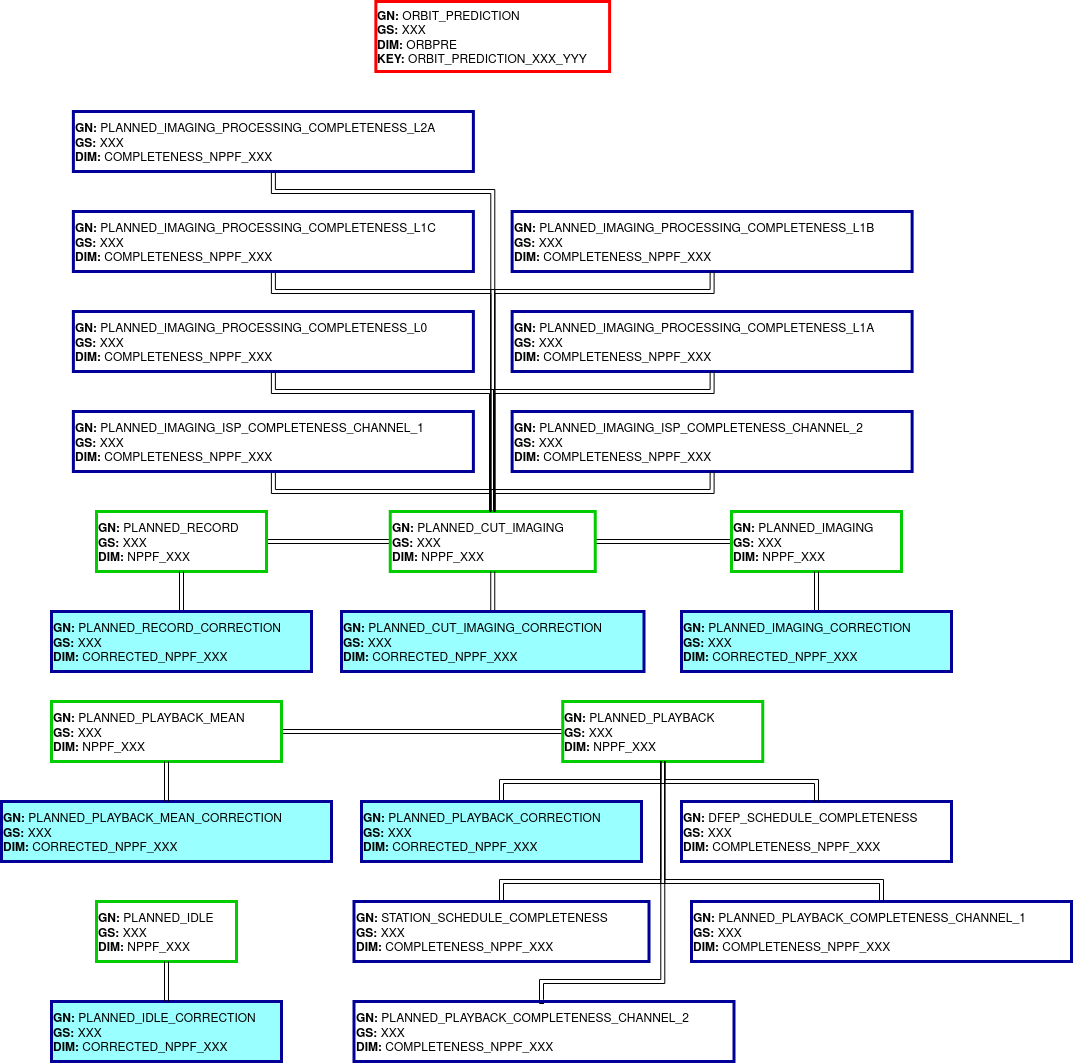
This is doc/fig/structure_ingestion_orbpre.png from Daniel-Brosnan-Blazquez/s2boa, a draw.io export, as it was before one commit. Source tidied: cells renumbered, new cells last; positions are measured from the earlier drawing's top-left corner, leaving out a move shared by most shapes.
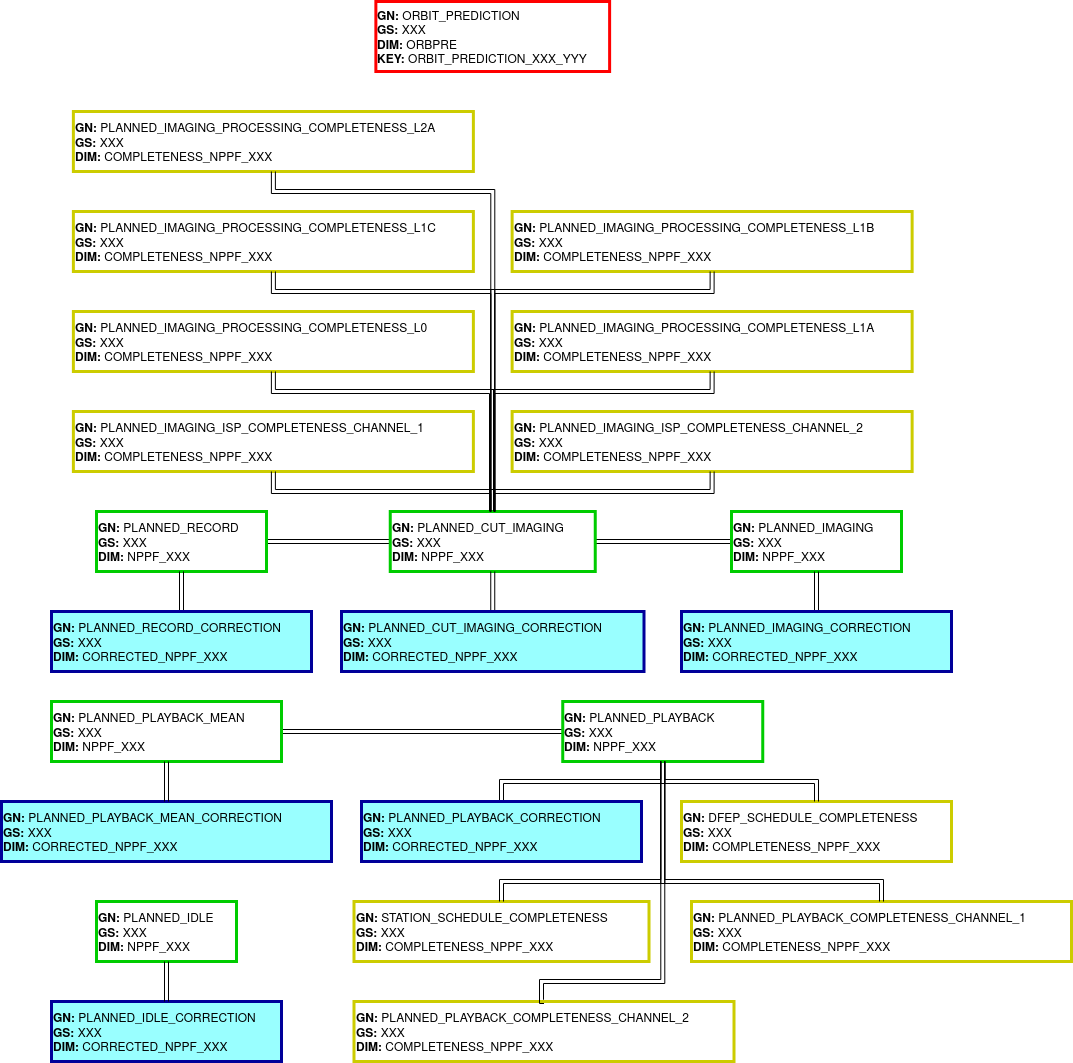
Later version of the same file.

Diff of the diagram source:
```diff
@@ -65,16 +65,16 @@
     <mxCell id="22" style="edgeStyle=orthogonalEdgeStyle;shape=link;rounded=0;jettySize=auto;html=1;exitX=0.5;exitY=0;exitDx=0;exitDy=0;entryX=0.5;entryY=1;entryDx=0;entryDy=0;" parent="1" edge="1" source="7" target="21">
       <mxGeometry relative="1" as="geometry" />
     </mxCell>
-    <mxCell id="23" value="&lt;div&gt;&lt;b&gt;GN:&lt;/b&gt; DFEP_SCHEDULE_COMPLETENESS&lt;/div&gt;&lt;div&gt;&lt;b&gt;GS:&lt;/b&gt; XXX&lt;/div&gt;&lt;div&gt;&lt;b&gt;DIM:&lt;/b&gt; COMPLETENESS_NPPF_XXX&lt;br&gt;&lt;/div&gt;" style="rounded=0;whiteSpace=wrap;html=1;align=left;strokeColor=#000099;strokeWidth=3;fillColor=none;" parent="1" vertex="1">
+    <mxCell id="23" value="&lt;div&gt;&lt;b&gt;GN:&lt;/b&gt; DFEP_SCHEDULE_COMPLETENESS&lt;/div&gt;&lt;div&gt;&lt;b&gt;GS:&lt;/b&gt; XXX&lt;/div&gt;&lt;div&gt;&lt;b&gt;DIM:&lt;/b&gt; COMPLETENESS_NPPF_XXX&lt;br&gt;&lt;/div&gt;" style="rounded=0;whiteSpace=wrap;html=1;align=left;strokeWidth=3;fillColor=none;strokeColor=#CCCC00;" parent="1" vertex="1">
       <mxGeometry x="680" y="800" width="270" height="60" as="geometry" />
     </mxCell>
-    <mxCell id="24" value="&lt;div&gt;&lt;b&gt;GN:&lt;/b&gt; STATION_SCHEDULE_COMPLETENESS&lt;/div&gt;&lt;div&gt;&lt;b&gt;GS:&lt;/b&gt; XXX&lt;/div&gt;&lt;div&gt;&lt;b&gt;DIM:&lt;/b&gt; COMPLETENESS_NPPF_XXX&lt;br&gt;&lt;/div&gt;" style="rounded=0;whiteSpace=wrap;html=1;align=left;strokeColor=#000099;strokeWidth=3;fillColor=none;" parent="1" vertex="1">
+    <mxCell id="24" value="&lt;div&gt;&lt;b&gt;GN:&lt;/b&gt; STATION_SCHEDULE_COMPLETENESS&lt;/div&gt;&lt;div&gt;&lt;b&gt;GS:&lt;/b&gt; XXX&lt;/div&gt;&lt;div&gt;&lt;b&gt;DIM:&lt;/b&gt; COMPLETENESS_NPPF_XXX&lt;br&gt;&lt;/div&gt;" style="rounded=0;whiteSpace=wrap;html=1;align=left;strokeWidth=3;fillColor=none;strokeColor=#CCCC00;" parent="1" vertex="1">
       <mxGeometry x="352.5" y="900" width="295" height="60" as="geometry" />
     </mxCell>
-    <mxCell id="25" value="&lt;div&gt;&lt;b&gt;GN:&lt;/b&gt; PLANNED_PLAYBACK_COMPLETENESS_CHANNEL_1&lt;/div&gt;&lt;div&gt;&lt;b&gt;GS:&lt;/b&gt; XXX&lt;/div&gt;&lt;div&gt;&lt;b&gt;DIM:&lt;/b&gt; COMPLETENESS_NPPF_XXX&lt;br&gt;&lt;/div&gt;" style="rounded=0;whiteSpace=wrap;html=1;align=left;strokeColor=#000099;strokeWidth=3;fillColor=none;" parent="1" vertex="1">
+    <mxCell id="25" value="&lt;div&gt;&lt;b&gt;GN:&lt;/b&gt; PLANNED_PLAYBACK_COMPLETENESS_CHANNEL_1&lt;/div&gt;&lt;div&gt;&lt;b&gt;GS:&lt;/b&gt; XXX&lt;/div&gt;&lt;div&gt;&lt;b&gt;DIM:&lt;/b&gt; COMPLETENESS_NPPF_XXX&lt;br&gt;&lt;/div&gt;" style="rounded=0;whiteSpace=wrap;html=1;align=left;strokeWidth=3;fillColor=none;strokeColor=#CCCC00;" parent="1" vertex="1">
       <mxGeometry x="690" y="900" width="380" height="60" as="geometry" />
     </mxCell>
-    <mxCell id="26" value="&lt;div&gt;&lt;b&gt;GN:&lt;/b&gt; PLANNED_PLAYBACK_COMPLETENESS_CHANNEL_2&lt;/div&gt;&lt;div&gt;&lt;b&gt;GS:&lt;/b&gt; XXX&lt;/div&gt;&lt;div&gt;&lt;b&gt;DIM:&lt;/b&gt; COMPLETENESS_NPPF_XXX&lt;br&gt;&lt;/div&gt;" style="rounded=0;whiteSpace=wrap;html=1;align=left;strokeColor=#000099;strokeWidth=3;fillColor=none;" parent="1" vertex="1">
+    <mxCell id="26" value="&lt;div&gt;&lt;b&gt;GN:&lt;/b&gt; PLANNED_PLAYBACK_COMPLETENESS_CHANNEL_2&lt;/div&gt;&lt;div&gt;&lt;b&gt;GS:&lt;/b&gt; XXX&lt;/div&gt;&lt;div&gt;&lt;b&gt;DIM:&lt;/b&gt; COMPLETENESS_NPPF_XXX&lt;br&gt;&lt;/div&gt;" style="rounded=0;whiteSpace=wrap;html=1;align=left;strokeWidth=3;fillColor=none;strokeColor=#CCCC00;" parent="1" vertex="1">
       <mxGeometry x="352.5" y="1000" width="380" height="60" as="geometry" />
     </mxCell>
     <mxCell id="27" style="edgeStyle=orthogonalEdgeStyle;shape=link;rounded=0;jettySize=auto;html=1;exitX=0.5;exitY=0;exitDx=0;exitDy=0;entryX=0.5;entryY=1;entryDx=0;entryDy=0;" parent="1" edge="1" source="24" target="10">
@@ -105,25 +105,25 @@
     <mxCell id="30" style="edgeStyle=orthogonalEdgeStyle;shape=link;rounded=0;jettySize=auto;html=1;exitX=0.5;exitY=0;exitDx=0;exitDy=0;entryX=0.5;entryY=1;entryDx=0;entryDy=0;" parent="1" edge="1" source="23" target="10">
       <mxGeometry relative="1" as="geometry" />
     </mxCell>
-    <mxCell id="31" value="&lt;div&gt;&lt;b&gt;GN:&lt;/b&gt; PLANNED_IMAGING_ISP_COMPLETENESS_CHANNEL_1&lt;/div&gt;&lt;div&gt;&lt;b&gt;GS:&lt;/b&gt; XXX&lt;/div&gt;&lt;div&gt;&lt;b&gt;DIM:&lt;/b&gt; COMPLETENESS_NPPF_XXX&lt;br&gt;&lt;/div&gt;" style="rounded=0;whiteSpace=wrap;html=1;align=left;strokeColor=#000099;strokeWidth=3;fillColor=none;" parent="1" vertex="1">
+    <mxCell id="31" value="&lt;div&gt;&lt;b&gt;GN:&lt;/b&gt; PLANNED_IMAGING_ISP_COMPLETENESS_CHANNEL_1&lt;/div&gt;&lt;div&gt;&lt;b&gt;GS:&lt;/b&gt; XXX&lt;/div&gt;&lt;div&gt;&lt;b&gt;DIM:&lt;/b&gt; COMPLETENESS_NPPF_XXX&lt;br&gt;&lt;/div&gt;" style="rounded=0;whiteSpace=wrap;html=1;align=left;strokeWidth=3;fillColor=none;strokeColor=#CCCC00;" parent="1" vertex="1">
       <mxGeometry x="71.9" y="410" width="400" height="60" as="geometry" />
     </mxCell>
-    <mxCell id="32" value="&lt;div&gt;&lt;b&gt;GN:&lt;/b&gt; PLANNED_IMAGING_ISP_COMPLETENESS_CHANNEL_2&lt;/div&gt;&lt;div&gt;&lt;b&gt;GS:&lt;/b&gt; XXX&lt;/div&gt;&lt;div&gt;&lt;b&gt;DIM:&lt;/b&gt; COMPLETENESS_NPPF_XXX&lt;br&gt;&lt;/div&gt;" style="rounded=0;whiteSpace=wrap;html=1;align=left;strokeColor=#000099;strokeWidth=3;fillColor=none;" parent="1" vertex="1">
+    <mxCell id="32" value="&lt;div&gt;&lt;b&gt;GN:&lt;/b&gt; PLANNED_IMAGING_ISP_COMPLETENESS_CHANNEL_2&lt;/div&gt;&lt;div&gt;&lt;b&gt;GS:&lt;/b&gt; XXX&lt;/div&gt;&lt;div&gt;&lt;b&gt;DIM:&lt;/b&gt; COMPLETENESS_NPPF_XXX&lt;br&gt;&lt;/div&gt;" style="rounded=0;whiteSpace=wrap;html=1;align=left;strokeWidth=3;fillColor=none;strokeColor=#CCCC00;" parent="1" vertex="1">
       <mxGeometry x="510.6" y="410" width="400" height="60" as="geometry" />
     </mxCell>
-    <mxCell id="33" value="&lt;div&gt;&lt;b&gt;GN:&lt;/b&gt; PLANNED_IMAGING_PROCESSING_COMPLETENESS_L0&lt;/div&gt;&lt;div&gt;&lt;b&gt;GS:&lt;/b&gt; XXX&lt;/div&gt;&lt;div&gt;&lt;b&gt;DIM:&lt;/b&gt; COMPLETENESS_NPPF_XXX&lt;br&gt;&lt;/div&gt;" style="rounded=0;whiteSpace=wrap;html=1;align=left;strokeColor=#000099;strokeWidth=3;fillColor=none;" parent="1" vertex="1">
+    <mxCell id="33" value="&lt;div&gt;&lt;b&gt;GN:&lt;/b&gt; PLANNED_IMAGING_PROCESSING_COMPLETENESS_L0&lt;/div&gt;&lt;div&gt;&lt;b&gt;GS:&lt;/b&gt; XXX&lt;/div&gt;&lt;div&gt;&lt;b&gt;DIM:&lt;/b&gt; COMPLETENESS_NPPF_XXX&lt;br&gt;&lt;/div&gt;" style="rounded=0;whiteSpace=wrap;html=1;align=left;strokeWidth=3;fillColor=none;strokeColor=#CCCC00;" parent="1" vertex="1">
       <mxGeometry x="71.9" y="310" width="400" height="60" as="geometry" />
     </mxCell>
-    <mxCell id="34" value="&lt;div&gt;&lt;b&gt;GN:&lt;/b&gt; PLANNED_IMAGING_PROCESSING_COMPLETENESS_L1A&lt;/div&gt;&lt;div&gt;&lt;b&gt;GS:&lt;/b&gt; XXX&lt;/div&gt;&lt;div&gt;&lt;b&gt;DIM:&lt;/b&gt; COMPLETENESS_NPPF_XXX&lt;br&gt;&lt;/div&gt;" style="rounded=0;whiteSpace=wrap;html=1;align=left;strokeColor=#000099;strokeWidth=3;fillColor=none;" parent="1" vertex="1">
+    <mxCell id="34" value="&lt;div&gt;&lt;b&gt;GN:&lt;/b&gt; PLANNED_IMAGING_PROCESSING_COMPLETENESS_L1A&lt;/div&gt;&lt;div&gt;&lt;b&gt;GS:&lt;/b&gt; XXX&lt;/div&gt;&lt;div&gt;&lt;b&gt;DIM:&lt;/b&gt; COMPLETENESS_NPPF_XXX&lt;br&gt;&lt;/div&gt;" style="rounded=0;whiteSpace=wrap;html=1;align=left;strokeWidth=3;fillColor=none;strokeColor=#CCCC00;" parent="1" vertex="1">
       <mxGeometry x="510.6" y="310" width="400" height="60" as="geometry" />
     </mxCell>
-    <mxCell id="35" value="&lt;div&gt;&lt;b&gt;GN:&lt;/b&gt; PLANNED_IMAGING_PROCESSING_COMPLETENESS_L1B&lt;/div&gt;&lt;div&gt;&lt;b&gt;GS:&lt;/b&gt; XXX&lt;/div&gt;&lt;div&gt;&lt;b&gt;DIM:&lt;/b&gt; COMPLETENESS_NPPF_XXX&lt;br&gt;&lt;/div&gt;" style="rounded=0;whiteSpace=wrap;html=1;align=left;strokeColor=#000099;strokeWidth=3;fillColor=none;" parent="1" vertex="1">
+    <mxCell id="35" value="&lt;div&gt;&lt;b&gt;GN:&lt;/b&gt; PLANNED_IMAGING_PROCESSING_COMPLETENESS_L1B&lt;/div&gt;&lt;div&gt;&lt;b&gt;GS:&lt;/b&gt; XXX&lt;/div&gt;&lt;div&gt;&lt;b&gt;DIM:&lt;/b&gt; COMPLETENESS_NPPF_XXX&lt;br&gt;&lt;/div&gt;" style="rounded=0;whiteSpace=wrap;html=1;align=left;strokeWidth=3;fillColor=none;strokeColor=#CCCC00;" parent="1" vertex="1">
       <mxGeometry x="510.6" y="210" width="400" height="60" as="geometry" />
     </mxCell>
-    <mxCell id="36" value="&lt;div&gt;&lt;b&gt;GN:&lt;/b&gt; PLANNED_IMAGING_PROCESSING_COMPLETENESS_L1C&lt;/div&gt;&lt;div&gt;&lt;b&gt;GS:&lt;/b&gt; XXX&lt;/div&gt;&lt;div&gt;&lt;b&gt;DIM:&lt;/b&gt; COMPLETENESS_NPPF_XXX&lt;br&gt;&lt;/div&gt;" style="rounded=0;whiteSpace=wrap;html=1;align=left;strokeColor=#000099;strokeWidth=3;fillColor=none;" parent="1" vertex="1">
+    <mxCell id="36" value="&lt;div&gt;&lt;b&gt;GN:&lt;/b&gt; PLANNED_IMAGING_PROCESSING_COMPLETENESS_L1C&lt;/div&gt;&lt;div&gt;&lt;b&gt;GS:&lt;/b&gt; XXX&lt;/div&gt;&lt;div&gt;&lt;b&gt;DIM:&lt;/b&gt; COMPLETENESS_NPPF_XXX&lt;br&gt;&lt;/div&gt;" style="rounded=0;whiteSpace=wrap;html=1;align=left;strokeWidth=3;fillColor=none;strokeColor=#CCCC00;" parent="1" vertex="1">
       <mxGeometry x="71.9" y="210" width="400" height="60" as="geometry" />
     </mxCell>
-    <mxCell id="37" value="&lt;div&gt;&lt;b&gt;GN:&lt;/b&gt; PLANNED_IMAGING_PROCESSING_COMPLETENESS_L2A&lt;/div&gt;&lt;div&gt;&lt;b&gt;GS:&lt;/b&gt; XXX&lt;/div&gt;&lt;div&gt;&lt;b&gt;DIM:&lt;/b&gt; COMPLETENESS_NPPF_XXX&lt;br&gt;&lt;/div&gt;" style="rounded=0;whiteSpace=wrap;html=1;align=left;strokeColor=#000099;strokeWidth=3;fillColor=none;" parent="1" vertex="1">
+    <mxCell id="37" value="&lt;div&gt;&lt;b&gt;GN:&lt;/b&gt; PLANNED_IMAGING_PROCESSING_COMPLETENESS_L2A&lt;/div&gt;&lt;div&gt;&lt;b&gt;GS:&lt;/b&gt; XXX&lt;/div&gt;&lt;div&gt;&lt;b&gt;DIM:&lt;/b&gt; COMPLETENESS_NPPF_XXX&lt;br&gt;&lt;/div&gt;" style="rounded=0;whiteSpace=wrap;html=1;align=left;strokeWidth=3;fillColor=none;strokeColor=#CCCC00;" parent="1" vertex="1">
       <mxGeometry x="71.9" y="110" width="400" height="60" as="geometry" />
     </mxCell>
     <mxCell id="38" style="edgeStyle=orthogonalEdgeStyle;shape=link;rounded=0;jettySize=auto;html=1;exitX=0.5;exitY=0;exitDx=0;exitDy=0;entryX=0.5;entryY=1;entryDx=0;entryDy=0;" parent="1" edge="1" source="5" target="32">
```
